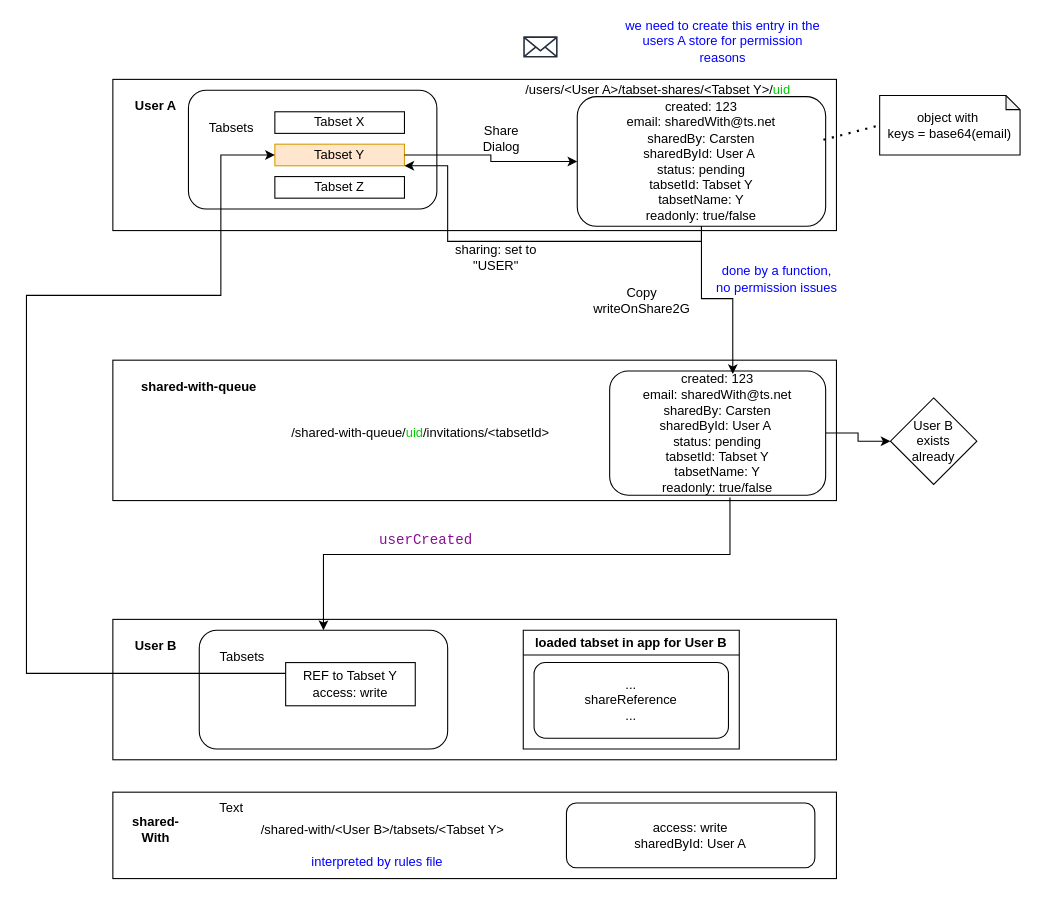
The draw.io diagram docs/sharing.drawio in evandor/tabsets-pro, before the edit. Source tidied: cells renumbered, new cells numbered last; positions are measured from the earlier drawing's top-left corner, leaving out a move shared by most shapes. Both pictures are drawn from the tidied source at 108%, with x=0, y=0 at pixel (26, 25).
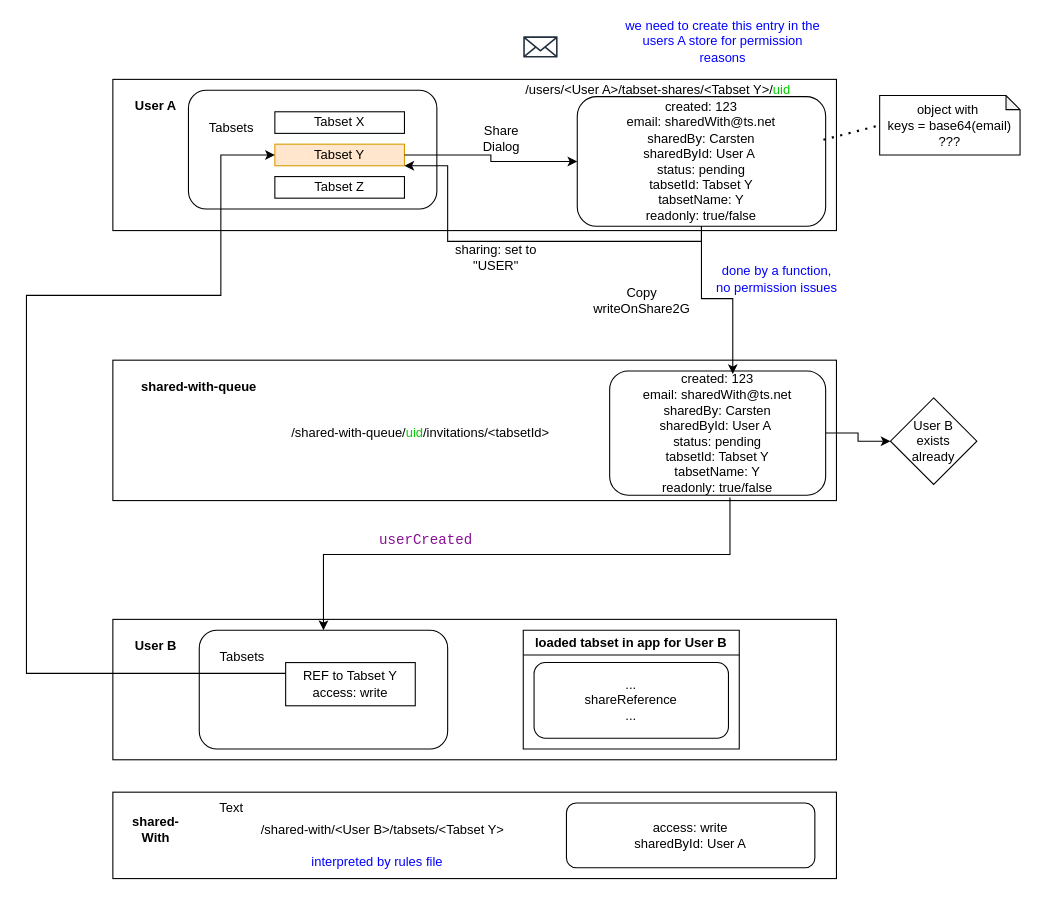
The same page after the edit.

What changed in the source:
```diff
@@
-    <mxCell id="40" value="object with&amp;nbsp;&lt;br&gt;keys = base64(email)" style="shape=note;whiteSpace=wrap;html=1;backgroundOutline=1;darkOpacity=0.05;size=13;" parent="1" vertex="1">
+    <mxCell id="40" value="object with&amp;nbsp;&lt;br&gt;keys = base64(email)&lt;br&gt;???" style="shape=note;whiteSpace=wrap;html=1;backgroundOutline=1;darkOpacity=0.05;size=13;" parent="1" vertex="1">
       <mxGeometry x="790" y="65" width="130" height="55" as="geometry" />
     </mxCell>
```
